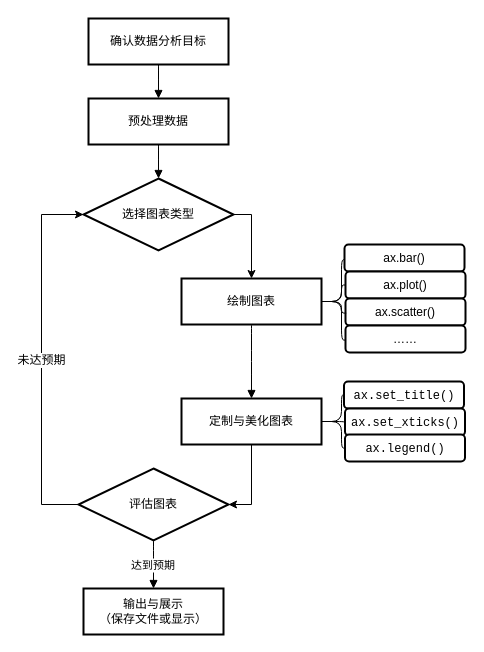
freeman520/testProj keeps this draw.io diagram as 数据绘制流程.drawio. Above is the earlier version. Source tidied: cells renumbered, new cells numbered last; positions are measured from the earlier drawing's top-left corner, leaving out a move shared by most shapes. Both pictures are drawn from the tidied source at 100%, with x=0, y=0 at pixel (41, 18).
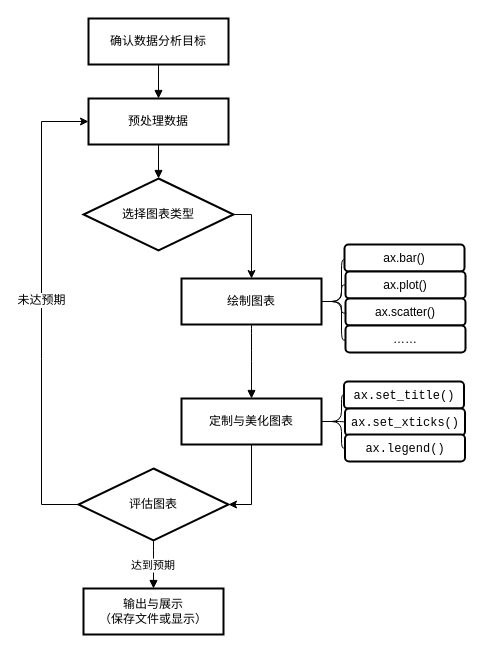
The same page after the edit.

Commit message:
更新数据绘制流程.drawio

Unchanged cells that the change refers to:
```xml
<mxCell id="3" value="预处理数据" style="whiteSpace=wrap;strokeWidth=2;" parent="1" vertex="1">
  <mxGeometry x="47" y="80" width="140" height="46" as="geometry" />
</mxCell>
<mxCell id="5" value="选择图表类型" style="rhombus;strokeWidth=2;whiteSpace=wrap;" parent="1" vertex="1">
  <mxGeometry x="42" y="160" width="150" height="72" as="geometry" />
</mxCell>
<mxCell id="14" value="评估图表" style="rhombus;strokeWidth=2;whiteSpace=wrap;" parent="1" vertex="1">
  <mxGeometry x="37" y="450" width="150" height="72" as="geometry" />
</mxCell>
```

Diff of the diagram source:
```diff
@@
-    <mxCell id="12" style="edgeStyle=none;shape=connector;rounded=0;jettySize=auto;html=1;exitX=0;exitY=0.5;exitDx=0;exitDy=0;entryX=0;entryY=0.5;entryDx=0;entryDy=0;strokeColor=default;align=center;verticalAlign=middle;fontFamily=Helvetica;fontSize=12;fontColor=default;labelBackgroundColor=default;endArrow=classic;" parent="1" edge="1" source="14" target="5">
+    <mxCell id="12" style="edgeStyle=none;shape=connector;rounded=0;jettySize=auto;html=1;exitX=0;exitY=0.5;exitDx=0;exitDy=0;entryX=0;entryY=0.5;entryDx=0;entryDy=0;strokeColor=default;align=center;verticalAlign=middle;fontFamily=Helvetica;fontSize=12;fontColor=default;labelBackgroundColor=default;endArrow=classic;" parent="1" edge="1" source="14" target="3">
       <mxGeometry relative="1" as="geometry">
         <Array as="points">
           <mxPoint y="486" />
           <mxPoint y="340" />
-          <mxPoint y="196" />
+          <mxPoint y="103" />
         </Array>
       </mxGeometry>
     </mxCell>
```
